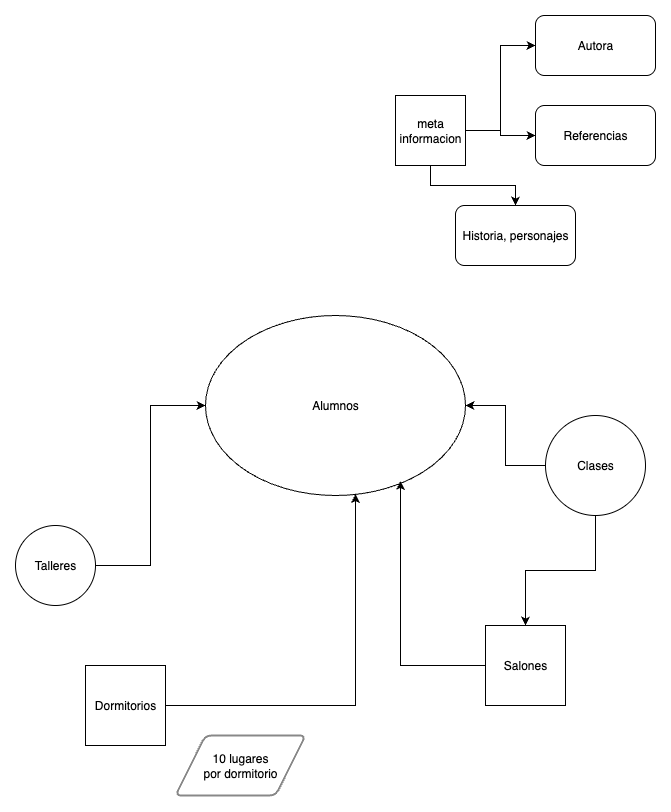
The draw.io diagram documentos/escuelaodonian.png in koffer/Anarres-DB, before a commit. Source tidied: cells renumbered, new cells last; positions are measured from the earlier drawing's top-left corner, leaving out a move shared by most shapes.
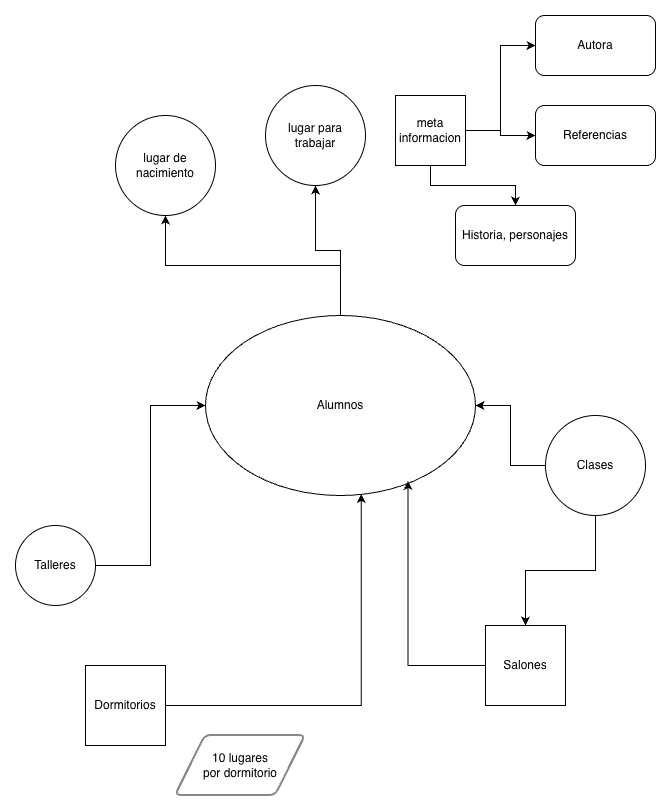
After the change.

Commit message:
dos diagramas de la base de datos

What changed in the source:
```diff
@@ -2,8 +2,14 @@
   <root>
     <mxCell id="0" />
     <mxCell id="1" parent="0" />
+    <mxCell id="20" style="edgeStyle=orthogonalEdgeStyle;rounded=0;jettySize=auto;html=1;entryX=0.5;entryY=1;entryDx=0;entryDy=0;" parent="1" edge="1" source="2" target="22">
+      <mxGeometry relative="1" as="geometry" />
+    </mxCell>
+    <mxCell id="21" style="edgeStyle=orthogonalEdgeStyle;rounded=0;jettySize=auto;html=1;entryX=0.5;entryY=1;entryDx=0;entryDy=0;" parent="1" edge="1" source="2" target="23">
+      <mxGeometry relative="1" as="geometry" />
+    </mxCell>
     <mxCell id="2" value="Alumnos" style="ellipse;whiteSpace=wrap;html=1;" parent="1" vertex="1">
-      <mxGeometry x="190" y="300" width="260" height="180" as="geometry" />
+      <mxGeometry x="190" y="300" width="270" height="180" as="geometry" />
     </mxCell>
     <mxCell id="3" style="edgeStyle=orthogonalEdgeStyle;rounded=0;jettySize=auto;html=1;entryX=0;entryY=0.5;entryDx=0;entryDy=0;exitX=1;exitY=0.5;exitDx=0;exitDy=0;" parent="1" edge="1" source="18" target="2">
       <mxGeometry relative="1" as="geometry" />
@@ -56,5 +62,11 @@
     <mxCell id="19" value="10 lugares&lt;div&gt;por dormitorio&lt;/div&gt;" style="shape=parallelogram;html=1;strokeWidth=2;perimeter=parallelogramPerimeter;whiteSpace=wrap;rounded=1;arcSize=12;size=0.23;strokeColor=#888888;" parent="1" vertex="1">
       <mxGeometry x="160" y="720" width="130" height="60" as="geometry" />
     </mxCell>
+    <mxCell id="22" value="lugar de nacimiento" style="ellipse;whiteSpace=wrap;html=1;" parent="1" vertex="1">
+      <mxGeometry x="100" y="100" width="100" height="100" as="geometry" />
+    </mxCell>
+    <mxCell id="23" value="lugar para trabajar" style="ellipse;whiteSpace=wrap;html=1;" parent="1" vertex="1">
+      <mxGeometry x="250" y="70" width="100" height="100" as="geometry" />
+    </mxCell>
   </root>
 </mxGraphModel>
```
